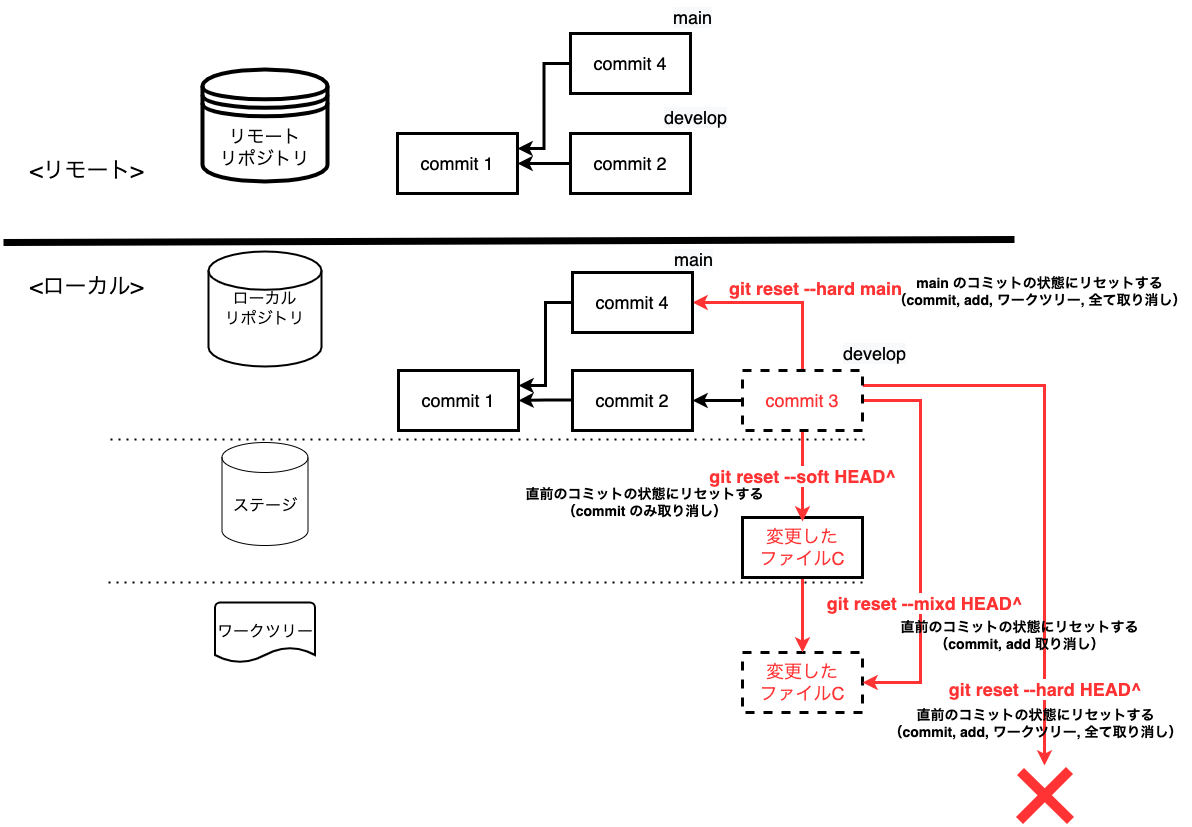
The draw.io diagram assets/image/Git勉強会_コマンドイメージ図-reset.drawio.png in irongineer/learning-git-for-team, before a commit. Source tidied: cells renumbered, new cells last; positions are measured from the earlier drawing's top-left corner, leaving out a move shared by most shapes. The source it was exported from:
```xml
<mxGraphModel>
  <root>
    <mxCell id="0" />
    <mxCell id="1" parent="0" />
    <mxCell id="2" style="endArrow=none;dashed=1;html=1;dashPattern=1 3;strokeWidth=2;rounded=0;" parent="1" edge="1">
      <mxGeometry relative="1" as="geometry">
        <mxPoint x="107" y="439" as="sourcePoint" />
        <mxPoint x="864" y="439" as="targetPoint" />
      </mxGeometry>
    </mxCell>
    <mxCell id="3" style="endArrow=none;dashed=1;html=1;dashPattern=1 3;strokeWidth=2;rounded=0;" parent="1" edge="1">
      <mxGeometry relative="1" as="geometry">
        <mxPoint x="105" y="582" as="sourcePoint" />
        <mxPoint x="862" y="582" as="targetPoint" />
      </mxGeometry>
    </mxCell>
    <mxCell id="4" style="endArrow=none;html=1;rounded=0;strokeWidth=7;" parent="1" edge="1">
      <mxGeometry relative="1" as="geometry">
        <mxPoint y="242" as="sourcePoint" />
        <mxPoint x="1011" y="239" as="targetPoint" />
      </mxGeometry>
    </mxCell>
    <mxCell id="5" value="&lt;font style=&quot;font-size: 22px&quot;&gt;&amp;lt;ローカル&amp;gt;&lt;/font&gt;" style="text;html=1;align=center;verticalAlign=middle;strokeColor=none;fillColor=none;" parent="1" vertex="1">
      <mxGeometry x="21" y="276" width="123" height="21" as="geometry" />
    </mxCell>
    <mxCell id="6" value="&lt;font style=&quot;font-size: 22px&quot;&gt;&amp;lt;リモート&amp;gt;&lt;/font&gt;" style="text;html=1;align=center;verticalAlign=middle;strokeColor=none;fillColor=none;" parent="1" vertex="1">
      <mxGeometry x="21" y="160" width="124" height="21" as="geometry" />
    </mxCell>
    <mxCell id="7" value="ローカル&lt;br&gt;リポジトリ" style="strokeWidth=2;html=1;shape=mxgraph.flowchart.database;whiteSpace=wrap;fontSize=16;" parent="1" vertex="1">
      <mxGeometry x="205" y="251" width="113" height="115" as="geometry" />
    </mxCell>
    <mxCell id="8" value="ステージ" style="shape=cylinder3;whiteSpace=wrap;html=1;boundedLbl=1;backgroundOutline=1;size=15;fontSize=16;" parent="1" vertex="1">
      <mxGeometry x="218.5" y="442" width="86" height="103" as="geometry" />
    </mxCell>
    <mxCell id="9" value="ワークツリー" style="strokeWidth=2;html=1;shape=mxgraph.flowchart.document2;whiteSpace=wrap;size=0.25;fontSize=16;" parent="1" vertex="1">
      <mxGeometry x="211.5" y="602" width="100" height="60" as="geometry" />
    </mxCell>
    <mxCell id="10" value="リモート&lt;br style=&quot;font-size: 18px;&quot;&gt;リポジトリ" style="shape=datastore;whiteSpace=wrap;html=1;fontSize=18;strokeWidth=4;" parent="1" vertex="1">
      <mxGeometry x="199" y="69" width="125" height="112" as="geometry" />
    </mxCell>
    <mxCell id="11" value="変更した&lt;br&gt;ファイルC" style="whiteSpace=wrap;html=1;fontSize=18;fontColor=#FF3333;strokeWidth=3;dashed=1;" parent="1" vertex="1">
      <mxGeometry x="739" y="652" width="120" height="60" as="geometry" />
    </mxCell>
    <mxCell id="12" style="edgeStyle=orthogonalEdgeStyle;rounded=0;jettySize=auto;html=1;exitX=0.5;exitY=1;exitDx=0;exitDy=0;entryX=0.5;entryY=0;entryDx=0;entryDy=0;fontSize=18;fontColor=#000000;strokeColor=#FF3333;strokeWidth=3;" parent="1" edge="1" source="13" target="11">
      <mxGeometry relative="1" as="geometry" />
    </mxCell>
    <mxCell id="13" value="変更した&lt;br&gt;ファイルC" style="whiteSpace=wrap;html=1;fontSize=18;fontColor=#FF3333;strokeWidth=3;" parent="1" vertex="1">
      <mxGeometry x="739" y="517" width="120" height="60" as="geometry" />
    </mxCell>
    <mxCell id="14" value="&lt;font color=&quot;#000000&quot;&gt;commit 1&lt;/font&gt;" style="whiteSpace=wrap;html=1;fontSize=18;fontColor=#FF3333;strokeWidth=3;" parent="1" vertex="1">
      <mxGeometry x="394" y="133" width="120" height="60" as="geometry" />
    </mxCell>
    <mxCell id="15" style="edgeStyle=orthogonalEdgeStyle;rounded=0;jettySize=auto;html=1;fontSize=18;fontColor=#000000;strokeWidth=3;" parent="1" edge="1" target="14">
      <mxGeometry relative="1" as="geometry">
        <mxPoint x="569" y="163" as="sourcePoint" />
      </mxGeometry>
    </mxCell>
    <mxCell id="16" value="&lt;font color=&quot;#000000&quot;&gt;commit 1&lt;/font&gt;" style="whiteSpace=wrap;html=1;fontSize=18;fontColor=#FF3333;strokeWidth=3;" parent="1" vertex="1">
      <mxGeometry x="395" y="370" width="120" height="60" as="geometry" />
    </mxCell>
    <mxCell id="17" style="edgeStyle=orthogonalEdgeStyle;rounded=0;jettySize=auto;html=1;fontSize=18;fontColor=#FF3333;endArrow=classic;endFill=1;strokeWidth=3;" parent="1" edge="1" target="16">
      <mxGeometry relative="1" as="geometry">
        <mxPoint x="570" y="399.5" as="sourcePoint" />
      </mxGeometry>
    </mxCell>
    <mxCell id="18" value="&lt;font color=&quot;#000000&quot;&gt;commit 2&lt;/font&gt;" style="whiteSpace=wrap;html=1;fontSize=18;fontColor=#FF3333;strokeWidth=3;" parent="1" vertex="1">
      <mxGeometry x="569" y="370" width="120" height="60" as="geometry" />
    </mxCell>
    <mxCell id="19" value="&lt;font color=&quot;#000000&quot;&gt;commit 2&lt;/font&gt;" style="whiteSpace=wrap;html=1;fontSize=18;fontColor=#FF3333;strokeWidth=3;" parent="1" vertex="1">
      <mxGeometry x="567" y="133" width="120" height="60" as="geometry" />
    </mxCell>
    <mxCell id="20" style="edgeStyle=orthogonalEdgeStyle;rounded=0;jettySize=auto;html=1;fontSize=14;strokeWidth=3;" parent="1" edge="1" source="28">
      <mxGeometry relative="1" as="geometry">
        <mxPoint x="689" y="400" as="targetPoint" />
      </mxGeometry>
    </mxCell>
    <mxCell id="21" value="&lt;b style=&quot;color: rgb(255 , 51 , 51) ; font-family: &amp;#34;helvetica&amp;#34; ; font-size: 18px ; font-style: normal ; letter-spacing: normal ; text-align: center ; text-indent: 0px ; text-transform: none ; word-spacing: 0px ; background-color: rgb(255 , 255 , 255)&quot;&gt;git reset --soft HEAD^&lt;br&gt;&lt;/b&gt;" style="edgeStyle=orthogonalEdgeStyle;rounded=0;jettySize=auto;html=1;exitX=0.5;exitY=1;exitDx=0;exitDy=0;fontSize=18;fontColor=#FF3333;strokeColor=#FF3333;strokeWidth=3;" parent="1" edge="1" source="28">
      <mxGeometry relative="1" as="geometry">
        <mxPoint x="799" y="521" as="targetPoint" />
      </mxGeometry>
    </mxCell>
    <mxCell id="22" style="edgeStyle=orthogonalEdgeStyle;rounded=0;jettySize=auto;html=1;exitX=0.5;exitY=0;exitDx=0;exitDy=0;entryX=1;entryY=0.5;entryDx=0;entryDy=0;fontSize=18;fontColor=#000000;strokeColor=#FF3333;strokeWidth=3;" parent="1" edge="1" source="28" target="30">
      <mxGeometry relative="1" as="geometry" />
    </mxCell>
    <mxCell id="23" value="&lt;b style=&quot;color: rgb(255 , 51 , 51) ; font-family: &amp;#34;helvetica&amp;#34;&quot;&gt;git reset --hard main&lt;/b&gt;" style="edgeLabel;html=1;align=center;verticalAlign=middle;fontSize=18;fontColor=#000000;" parent="22" vertex="1">
      <mxGeometry x="-0.11" y="-4" relative="1" as="geometry">
        <mxPoint x="23" y="-11" as="offset" />
      </mxGeometry>
    </mxCell>
    <mxCell id="24" style="edgeStyle=orthogonalEdgeStyle;rounded=0;jettySize=auto;html=1;exitX=1;exitY=0.5;exitDx=0;exitDy=0;entryX=1;entryY=0.5;entryDx=0;entryDy=0;fontSize=18;fontColor=#000000;strokeColor=#FF3333;strokeWidth=3;" parent="1" edge="1" source="28" target="11">
      <mxGeometry relative="1" as="geometry">
        <Array as="points">
          <mxPoint x="917" y="400" />
          <mxPoint x="917" y="682" />
        </Array>
      </mxGeometry>
    </mxCell>
    <mxCell id="25" value="&lt;b style=&quot;color: rgb(255 , 51 , 51) ; font-family: &amp;#34;helvetica&amp;#34;&quot;&gt;git reset --mixd HEAD^&lt;br&gt;&lt;/b&gt;" style="edgeLabel;html=1;align=center;verticalAlign=middle;fontSize=18;fontColor=#000000;" parent="24" vertex="1">
      <mxGeometry x="0.11" y="1" relative="1" as="geometry">
        <mxPoint x="2" y="39" as="offset" />
      </mxGeometry>
    </mxCell>
    <mxCell id="26" style="edgeStyle=orthogonalEdgeStyle;rounded=0;jettySize=auto;html=1;exitX=1;exitY=0.25;exitDx=0;exitDy=0;fontSize=18;fontColor=#000000;strokeColor=#FF3333;strokeWidth=3;" parent="1" edge="1" source="28">
      <mxGeometry relative="1" as="geometry">
        <mxPoint x="1041" y="765" as="targetPoint" />
      </mxGeometry>
    </mxCell>
    <mxCell id="27" value="&lt;b style=&quot;color: rgb(255 , 51 , 51) ; font-family: &amp;#34;helvetica&amp;#34;&quot;&gt;git reset --hard HEAD^&amp;nbsp;&lt;/b&gt;" style="edgeLabel;html=1;align=center;verticalAlign=middle;fontSize=18;fontColor=#000000;" parent="26" vertex="1">
      <mxGeometry x="0.77" y="2" relative="1" as="geometry">
        <mxPoint y="-13" as="offset" />
      </mxGeometry>
    </mxCell>
    <mxCell id="28" value="commit 3" style="whiteSpace=wrap;html=1;fontSize=18;fontColor=#FF3333;strokeWidth=3;dashed=1;" parent="1" vertex="1">
      <mxGeometry x="739" y="370" width="120" height="60" as="geometry" />
    </mxCell>
    <mxCell id="29" style="edgeStyle=orthogonalEdgeStyle;rounded=0;jettySize=auto;html=1;entryX=1;entryY=0.25;entryDx=0;entryDy=0;fontSize=18;fontColor=#000000;strokeColor=#000000;strokeWidth=3;" parent="1" edge="1" source="30" target="16">
      <mxGeometry relative="1" as="geometry" />
    </mxCell>
    <mxCell id="30" value="&lt;font color=&quot;#000000&quot;&gt;commit 4&lt;/font&gt;" style="whiteSpace=wrap;html=1;fontSize=18;fontColor=#FF3333;strokeWidth=3;" parent="1" vertex="1">
      <mxGeometry x="569" y="272" width="120" height="60" as="geometry" />
    </mxCell>
    <mxCell id="31" value="&lt;span style=&quot;color: rgb(0 , 0 , 0) ; font-family: &amp;#34;helvetica&amp;#34; ; font-size: 18px ; font-style: normal ; font-weight: 400 ; letter-spacing: normal ; text-align: center ; text-indent: 0px ; text-transform: none ; word-spacing: 0px ; background-color: rgb(248 , 249 , 250) ; display: inline ; float: none&quot;&gt;main&lt;/span&gt;" style="text;whiteSpace=wrap;html=1;fontColor=#000000;" parent="1" vertex="1">
      <mxGeometry x="669" y="242" width="60" height="30" as="geometry" />
    </mxCell>
    <mxCell id="32" value="&lt;span style=&quot;color: rgb(0 , 0 , 0) ; font-family: &amp;#34;helvetica&amp;#34; ; font-size: 18px ; font-style: normal ; font-weight: 400 ; letter-spacing: normal ; text-align: center ; text-indent: 0px ; text-transform: none ; word-spacing: 0px ; background-color: rgb(248 , 249 , 250) ; display: inline ; float: none&quot;&gt;develop&lt;/span&gt;" style="text;whiteSpace=wrap;html=1;fontColor=#000000;" parent="1" vertex="1">
      <mxGeometry x="838" y="336" width="60" height="30" as="geometry" />
    </mxCell>
    <mxCell id="33" style="endArrow=none;html=1;rounded=0;fontSize=18;fontColor=#000000;strokeColor=#FF3333;strokeWidth=10;" parent="1" edge="1">
      <mxGeometry relative="1" as="geometry">
        <mxPoint x="1016" y="820" as="sourcePoint" />
        <mxPoint x="1066" y="770" as="targetPoint" />
      </mxGeometry>
    </mxCell>
    <mxCell id="34" style="endArrow=none;html=1;rounded=0;fontSize=18;fontColor=#000000;strokeColor=#FF3333;strokeWidth=10;" parent="1" edge="1">
      <mxGeometry relative="1" as="geometry">
        <mxPoint x="1067" y="820" as="sourcePoint" />
        <mxPoint x="1017" y="771" as="targetPoint" />
      </mxGeometry>
    </mxCell>
    <mxCell id="35" value="&lt;span style=&quot;font-size: 14px&quot;&gt;&lt;b&gt;直前のコミットの状態にリセットする&lt;br&gt;（commit のみ取り消し）&lt;br&gt;&lt;/b&gt;&lt;/span&gt;" style="text;html=1;align=center;verticalAlign=middle;strokeColor=none;fillColor=none;" parent="1" vertex="1">
      <mxGeometry x="517" y="485" width="248" height="34" as="geometry" />
    </mxCell>
    <mxCell id="36" value="&lt;b style=&quot;font-size: 14px&quot;&gt;直前のコミットの状態にリセットする&lt;br&gt;（commit, add 取り消し）&lt;/b&gt;" style="text;html=1;align=center;verticalAlign=middle;strokeColor=none;fillColor=none;" parent="1" vertex="1">
      <mxGeometry x="892" y="618" width="248" height="34" as="geometry" />
    </mxCell>
    <mxCell id="37" value="&lt;b style=&quot;font-size: 14px&quot;&gt;直前のコミットの状態にリセットする&lt;br&gt;（commit, add, ワークツリー, 全て取り消し）&lt;/b&gt;" style="text;html=1;align=center;verticalAlign=middle;strokeColor=none;fillColor=none;" parent="1" vertex="1">
      <mxGeometry x="880" y="706" width="304" height="34" as="geometry" />
    </mxCell>
    <mxCell id="38" value="&lt;b style=&quot;font-size: 14px&quot;&gt;main のコミットの状態にリセットする&lt;br&gt;（commit, add, ワークツリー, 全て取り消し）&lt;/b&gt;" style="text;html=1;align=center;verticalAlign=middle;strokeColor=none;fillColor=none;" parent="1" vertex="1">
      <mxGeometry x="884" y="274" width="304" height="34" as="geometry" />
    </mxCell>
    <mxCell id="39" value="&lt;span style=&quot;color: rgb(0 , 0 , 0) ; font-family: &amp;#34;helvetica&amp;#34; ; font-size: 18px ; font-style: normal ; font-weight: 400 ; letter-spacing: normal ; text-align: center ; text-indent: 0px ; text-transform: none ; word-spacing: 0px ; background-color: rgb(248 , 249 , 250) ; display: inline ; float: none&quot;&gt;develop&lt;/span&gt;" style="text;whiteSpace=wrap;html=1;fontColor=#000000;" parent="1" vertex="1">
      <mxGeometry x="659" y="100" width="60" height="30" as="geometry" />
    </mxCell>
    <mxCell id="40" style="edgeStyle=orthogonalEdgeStyle;rounded=0;jettySize=auto;html=1;exitX=0;exitY=0.5;exitDx=0;exitDy=0;entryX=1;entryY=0.25;entryDx=0;entryDy=0;fontSize=18;fontColor=#000000;strokeColor=#000000;strokeWidth=3;" parent="1" edge="1" source="41" target="14">
      <mxGeometry relative="1" as="geometry" />
    </mxCell>
    <mxCell id="41" value="&lt;font color=&quot;#000000&quot;&gt;commit 4&lt;/font&gt;" style="whiteSpace=wrap;html=1;fontSize=18;fontColor=#FF3333;strokeWidth=3;" parent="1" vertex="1">
      <mxGeometry x="567" y="33" width="120" height="60" as="geometry" />
    </mxCell>
    <mxCell id="42" value="&lt;span style=&quot;color: rgb(0 , 0 , 0) ; font-family: &amp;#34;helvetica&amp;#34; ; font-size: 18px ; font-style: normal ; font-weight: 400 ; letter-spacing: normal ; text-align: center ; text-indent: 0px ; text-transform: none ; word-spacing: 0px ; background-color: rgb(248 , 249 , 250) ; display: inline ; float: none&quot;&gt;main&lt;/span&gt;" style="text;whiteSpace=wrap;html=1;fontColor=#000000;" parent="1" vertex="1">
      <mxGeometry x="668" width="60" height="30" as="geometry" />
    </mxCell>
  </root>
</mxGraphModel>
```
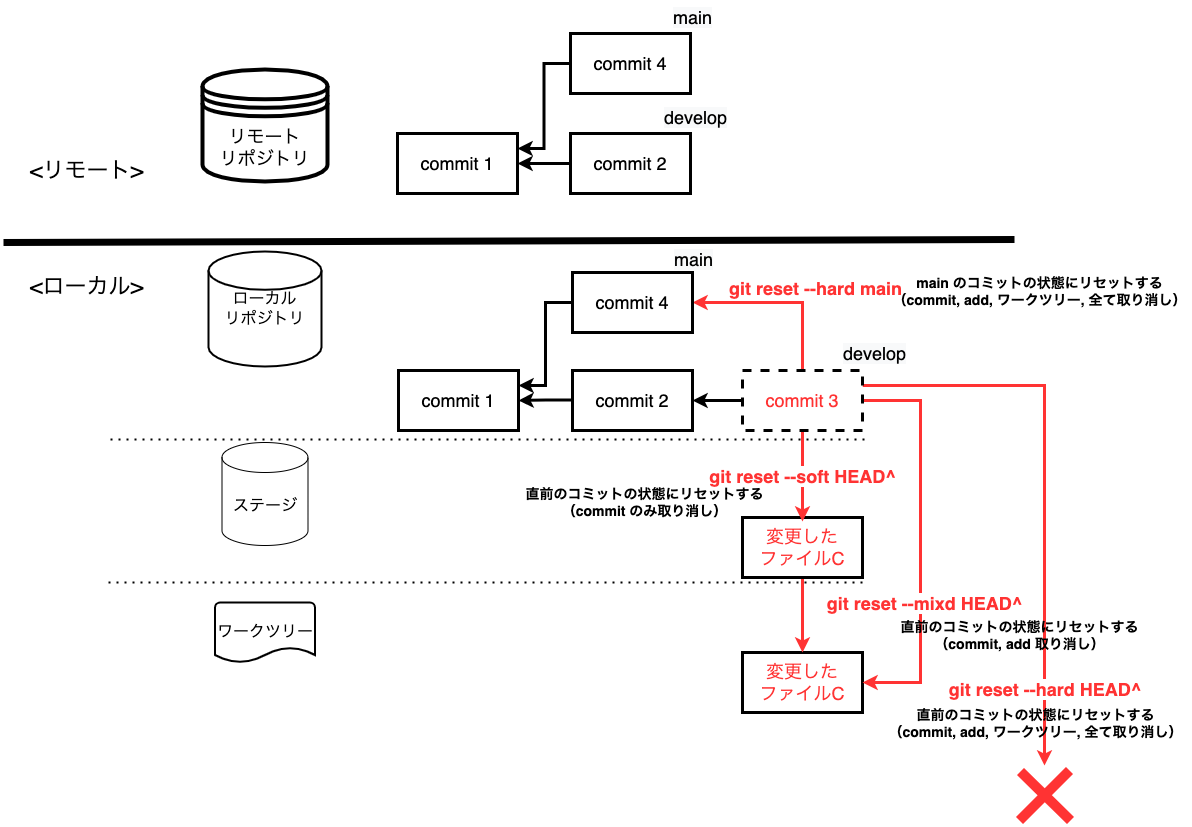
Later version of the same file.

What changed in the source:
```diff
@@ -38,7 +38,7 @@
     <mxCell id="10" value="リモート&lt;br style=&quot;font-size: 18px;&quot;&gt;リポジトリ" style="shape=datastore;whiteSpace=wrap;html=1;fontSize=18;strokeWidth=4;" parent="1" vertex="1">
       <mxGeometry x="199" y="69" width="125" height="112" as="geometry" />
     </mxCell>
-    <mxCell id="11" value="変更した&lt;br&gt;ファイルC" style="whiteSpace=wrap;html=1;fontSize=18;fontColor=#FF3333;strokeWidth=3;dashed=1;" parent="1" vertex="1">
+    <mxCell id="11" value="変更した&lt;br&gt;ファイルC" style="whiteSpace=wrap;html=1;fontSize=18;fontColor=#FF3333;strokeWidth=3;" parent="1" vertex="1">
       <mxGeometry x="739" y="652" width="120" height="60" as="geometry" />
     </mxCell>
     <mxCell id="12" style="edgeStyle=orthogonalEdgeStyle;rounded=0;jettySize=auto;html=1;exitX=0.5;exitY=1;exitDx=0;exitDy=0;entryX=0.5;entryY=0;entryDx=0;entryDy=0;fontSize=18;fontColor=#000000;strokeColor=#FF3333;strokeWidth=3;" parent="1" edge="1" source="13" target="11">
```
